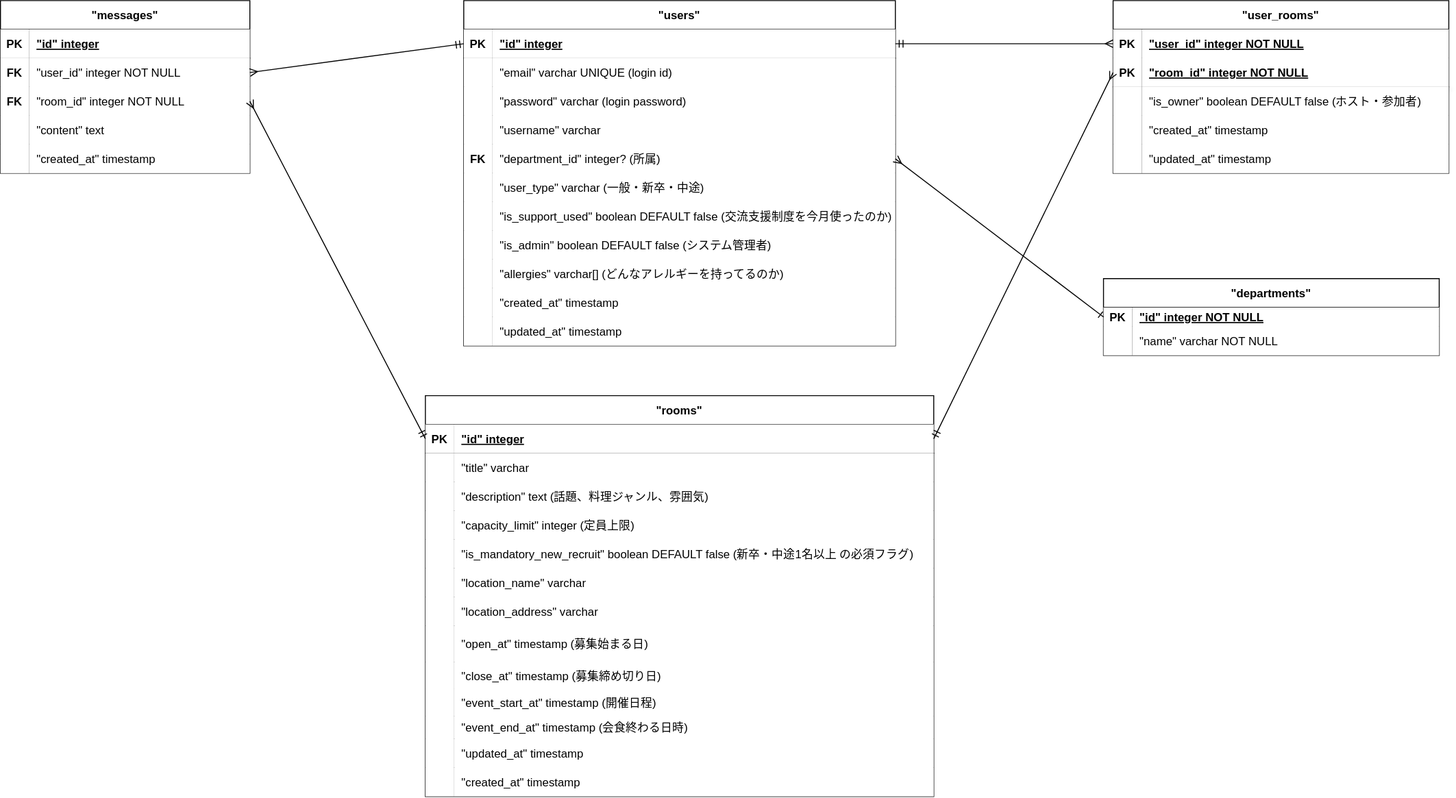
Before: architecture/er_diagram.drawio.svg, a diagram exported from draw.io (Chiaki-Sakamoto-work/Exchange-support-system). Source tidied: cells renumbered, new cells last; positions are measured from the earlier drawing's top-left corner, leaving out a move shared by most shapes.
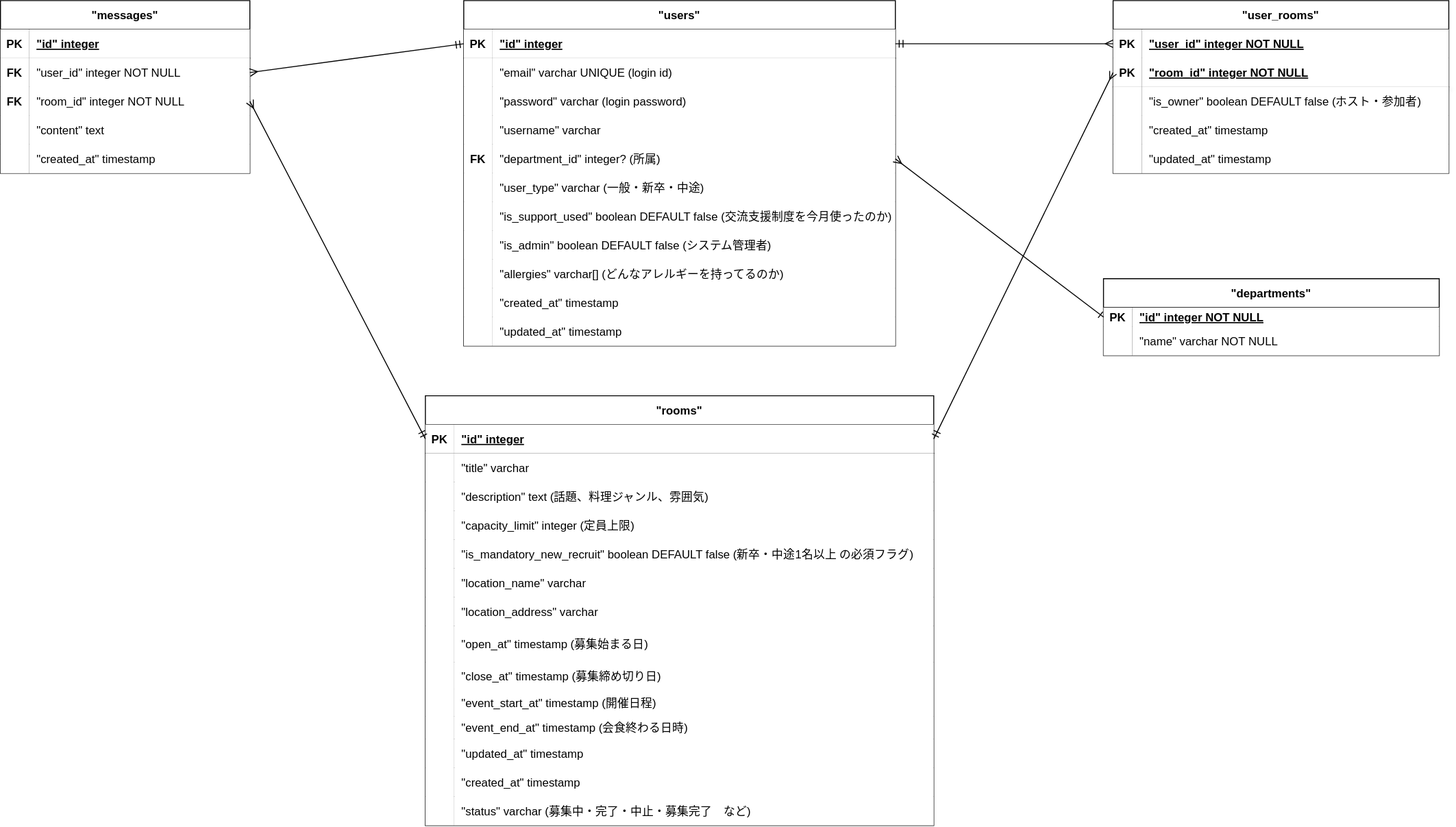
Above is the later version.

Commit message:
docs: add status column to er diagram svg

The edit, as a diff of the source:
```diff
@@ -3,7 +3,7 @@
     <mxCell id="0" />
     <mxCell id="1" parent="0" />
     <mxCell id="2" value="&quot;rooms&quot;" style="shape=table;startSize=30;rowLines=0;fontStyle=1;align=center;" parent="1" vertex="1">
-      <mxGeometry x="443" y="412" width="530" height="418" as="geometry" />
+      <mxGeometry x="443" y="412" width="530" height="448" as="geometry" />
     </mxCell>
     <mxCell id="3" style="shape=tableRow;horizontal=0;startSize=0;swimlaneHead=0;swimlaneBody=0;fillColor=none;points=[[0,0.5],[1,0.5]];portConstraint=eastwest;strokeColor=inherit;top=0;left=0;right=0;bottom=1;" parent="2" vertex="1">
       <mxGeometry y="30" width="530" height="30" as="geometry" />
@@ -122,6 +122,15 @@
     <mxCell id="41" value="&quot;created_at&quot; timestamp" style="shape=partialRectangle;overflow=hidden;fillColor=default;align=left;strokeColor=inherit;top=0;left=0;bottom=0;right=0;spacingLeft=6;" parent="39" vertex="1">
       <mxGeometry x="30" width="500" height="30" as="geometry" />
     </mxCell>
+    <mxCell id="120" style="shape=tableRow;horizontal=0;startSize=0;swimlaneHead=0;swimlaneBody=0;fillColor=none;strokeColor=inherit;top=0;left=0;right=0;bottom=0;" parent="2" vertex="1">
+      <mxGeometry y="418" width="530" height="30" as="geometry" />
+    </mxCell>
+    <mxCell id="121" style="shape=partialRectangle;overflow=hidden;fillColor=default;strokeColor=inherit;top=0;left=0;bottom=0;right=0;" parent="120" vertex="1">
+      <mxGeometry width="30" height="30" as="geometry" />
+    </mxCell>
+    <mxCell id="122" value="&quot;status&quot; varchar (募集中・完了・中止・募集完了　など)" style="shape=partialRectangle;overflow=hidden;fillColor=default;align=left;strokeColor=inherit;top=0;left=0;bottom=0;right=0;spacingLeft=6;" parent="120" vertex="1">
+      <mxGeometry x="30" width="500" height="30" as="geometry" />
+    </mxCell>
     <mxCell id="42" value="&quot;users&quot;" style="shape=table;startSize=30;rowLines=0;fontStyle=1;align=center;" parent="1" vertex="1">
       <mxGeometry x="483" width="450" height="360" as="geometry" />
     </mxCell>
```
